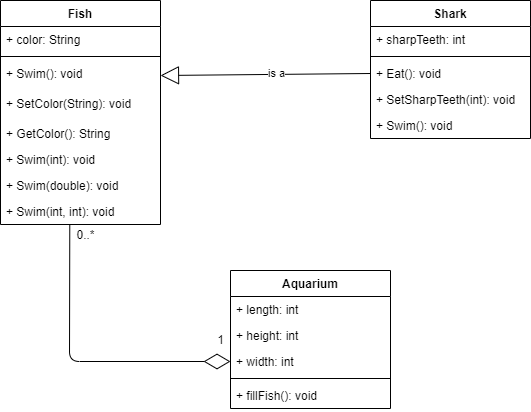
Earlier version of the draw.io export ExerciseW2.png (natasha-amiera/Week2ClassDiagram). Source tidied: cells renumbered, new cells last; positions are measured from the earlier drawing's top-left corner, leaving out a move shared by most shapes.
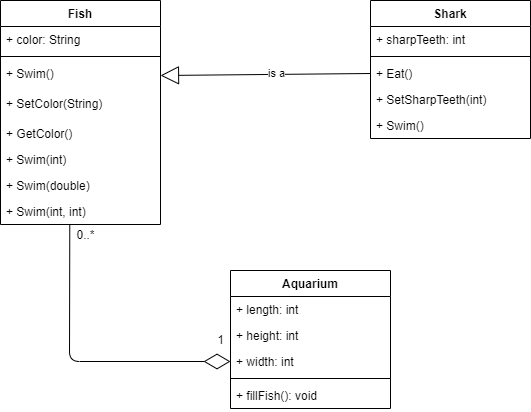
The same file after the commit.

The edit, as a diff of the source:
```diff
@@ -11,22 +11,22 @@
     <mxCell id="4" style="line;strokeWidth=1;fillColor=none;align=left;verticalAlign=middle;spacingTop=-1;spacingLeft=3;spacingRight=3;labelPosition=right;" parent="2" vertex="1">
       <mxGeometry y="52" width="160" height="8" as="geometry" />
     </mxCell>
-    <mxCell id="5" value="+ Swim(): void" style="text;strokeColor=none;fillColor=none;align=left;verticalAlign=top;spacingLeft=4;spacingRight=4;overflow=hidden;points=[[0,0.5],[1,0.5]];portConstraint=eastwest;" parent="2" vertex="1">
+    <mxCell id="5" value="+ Swim()" style="text;strokeColor=none;fillColor=none;align=left;verticalAlign=top;spacingLeft=4;spacingRight=4;overflow=hidden;points=[[0,0.5],[1,0.5]];portConstraint=eastwest;" parent="2" vertex="1">
       <mxGeometry y="60" width="160" height="30" as="geometry" />
     </mxCell>
-    <mxCell id="6" value="+ SetColor(String): void" style="text;strokeColor=none;fillColor=none;align=left;verticalAlign=top;spacingLeft=4;spacingRight=4;overflow=hidden;" parent="2" vertex="1">
+    <mxCell id="6" value="+ SetColor(String)" style="text;strokeColor=none;fillColor=none;align=left;verticalAlign=top;spacingLeft=4;spacingRight=4;overflow=hidden;" parent="2" vertex="1">
       <mxGeometry y="90" width="160" height="30" as="geometry" />
     </mxCell>
-    <mxCell id="7" value="+ GetColor(): String" style="text;strokeColor=none;fillColor=none;align=left;verticalAlign=top;spacingLeft=4;spacingRight=4;overflow=hidden;" parent="2" vertex="1">
+    <mxCell id="7" value="+ GetColor()" style="text;strokeColor=none;fillColor=none;align=left;verticalAlign=top;spacingLeft=4;spacingRight=4;overflow=hidden;" parent="2" vertex="1">
       <mxGeometry y="120" width="160" height="26" as="geometry" />
     </mxCell>
-    <mxCell id="8" value="+ Swim(int): void" style="text;strokeColor=none;fillColor=none;align=left;verticalAlign=top;spacingLeft=4;spacingRight=4;overflow=hidden;" parent="2" vertex="1">
+    <mxCell id="8" value="+ Swim(int)" style="text;strokeColor=none;fillColor=none;align=left;verticalAlign=top;spacingLeft=4;spacingRight=4;overflow=hidden;" parent="2" vertex="1">
       <mxGeometry y="146" width="160" height="26" as="geometry" />
     </mxCell>
-    <mxCell id="9" value="+ Swim(double): void" style="text;strokeColor=none;fillColor=none;align=left;verticalAlign=top;spacingLeft=4;spacingRight=4;overflow=hidden;" parent="2" vertex="1">
+    <mxCell id="9" value="+ Swim(double)" style="text;strokeColor=none;fillColor=none;align=left;verticalAlign=top;spacingLeft=4;spacingRight=4;overflow=hidden;" parent="2" vertex="1">
       <mxGeometry y="172" width="160" height="26" as="geometry" />
     </mxCell>
-    <mxCell id="10" value="+ Swim(int, int): void" style="text;strokeColor=none;fillColor=none;align=left;verticalAlign=top;spacingLeft=4;spacingRight=4;overflow=hidden;" parent="2" vertex="1">
+    <mxCell id="10" value="+ Swim(int, int)" style="text;strokeColor=none;fillColor=none;align=left;verticalAlign=top;spacingLeft=4;spacingRight=4;overflow=hidden;" parent="2" vertex="1">
       <mxGeometry y="198" width="160" height="26" as="geometry" />
     </mxCell>
     <mxCell id="11" value="Aquarium" style="swimlane;fontStyle=1;align=center;verticalAlign=top;horizontal=1;startSize=26;" parent="1" vertex="1">
@@ -64,13 +64,13 @@
     <mxCell id="21" style="line;strokeWidth=1;fillColor=none;align=left;verticalAlign=middle;spacingTop=-1;spacingLeft=3;spacingRight=3;labelPosition=right;" parent="19" vertex="1">
       <mxGeometry y="52" width="160" height="8" as="geometry" />
     </mxCell>
-    <mxCell id="22" value="+ Eat(): void" style="text;strokeColor=none;fillColor=none;align=left;verticalAlign=top;spacingLeft=4;spacingRight=4;overflow=hidden;points=[[0,0.5],[1,0.5]];portConstraint=eastwest;" parent="19" vertex="1">
+    <mxCell id="22" value="+ Eat()" style="text;strokeColor=none;fillColor=none;align=left;verticalAlign=top;spacingLeft=4;spacingRight=4;overflow=hidden;points=[[0,0.5],[1,0.5]];portConstraint=eastwest;" parent="19" vertex="1">
       <mxGeometry y="60" width="160" height="26" as="geometry" />
     </mxCell>
-    <mxCell id="23" value="+ SetSharpTeeth(int): void" style="text;strokeColor=none;fillColor=none;align=left;verticalAlign=top;spacingLeft=4;spacingRight=4;overflow=hidden;" parent="19" vertex="1">
+    <mxCell id="23" value="+ SetSharpTeeth(int)" style="text;strokeColor=none;fillColor=none;align=left;verticalAlign=top;spacingLeft=4;spacingRight=4;overflow=hidden;" parent="19" vertex="1">
       <mxGeometry y="86" width="160" height="26" as="geometry" />
     </mxCell>
-    <mxCell id="24" value="+ Swim(): void" style="text;strokeColor=none;fillColor=none;align=left;verticalAlign=top;spacingLeft=4;spacingRight=4;overflow=hidden;" parent="19" vertex="1">
+    <mxCell id="24" value="+ Swim()" style="text;strokeColor=none;fillColor=none;align=left;verticalAlign=top;spacingLeft=4;spacingRight=4;overflow=hidden;" parent="19" vertex="1">
       <mxGeometry y="112" width="160" height="26" as="geometry" />
     </mxCell>
     <mxCell id="25" value="1" style="text;html=1;align=center;verticalAlign=middle;" parent="1" vertex="1">
```
